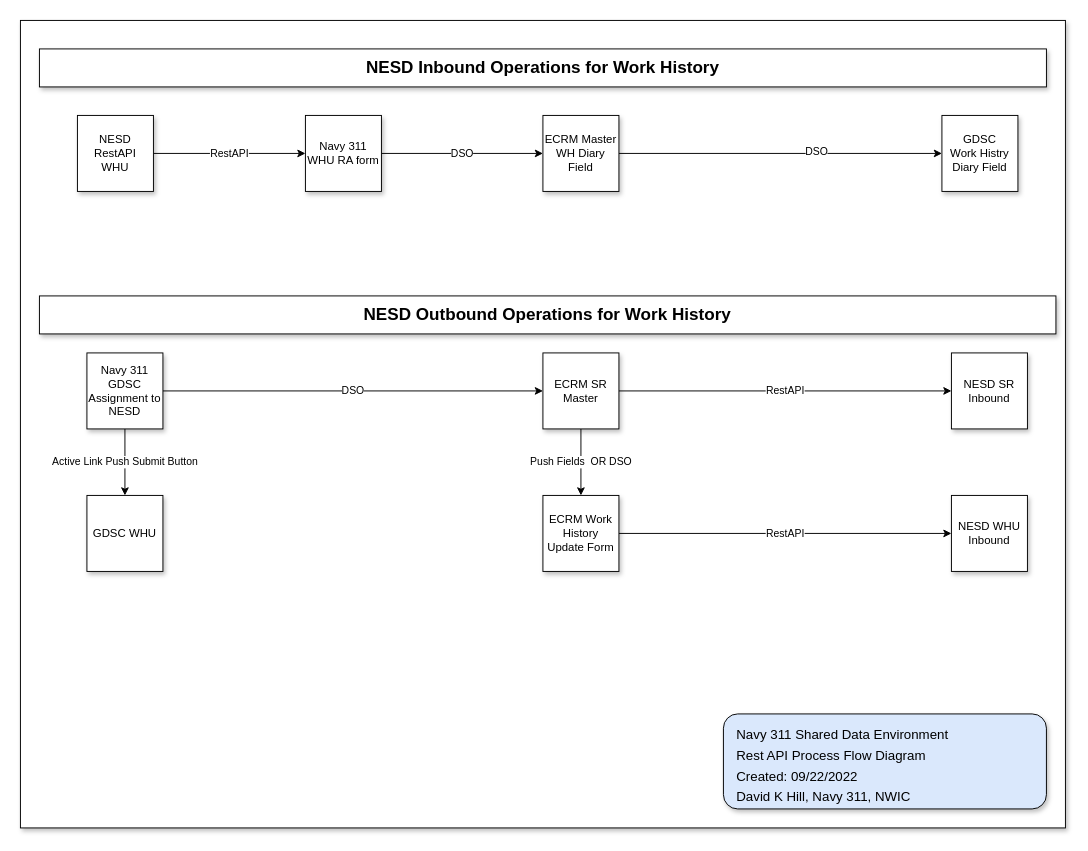
Before: docs/NESD Integration Workflow.drawio in dkhill/navy311, a draw.io diagram. Source tidied: cells renumbered, new cells numbered last; positions are measured from the earlier drawing's top-left corner, leaving out a move shared by most shapes. Both pictures are drawn from the tidied source at 95%, with x=0, y=0 at pixel (20, 20).
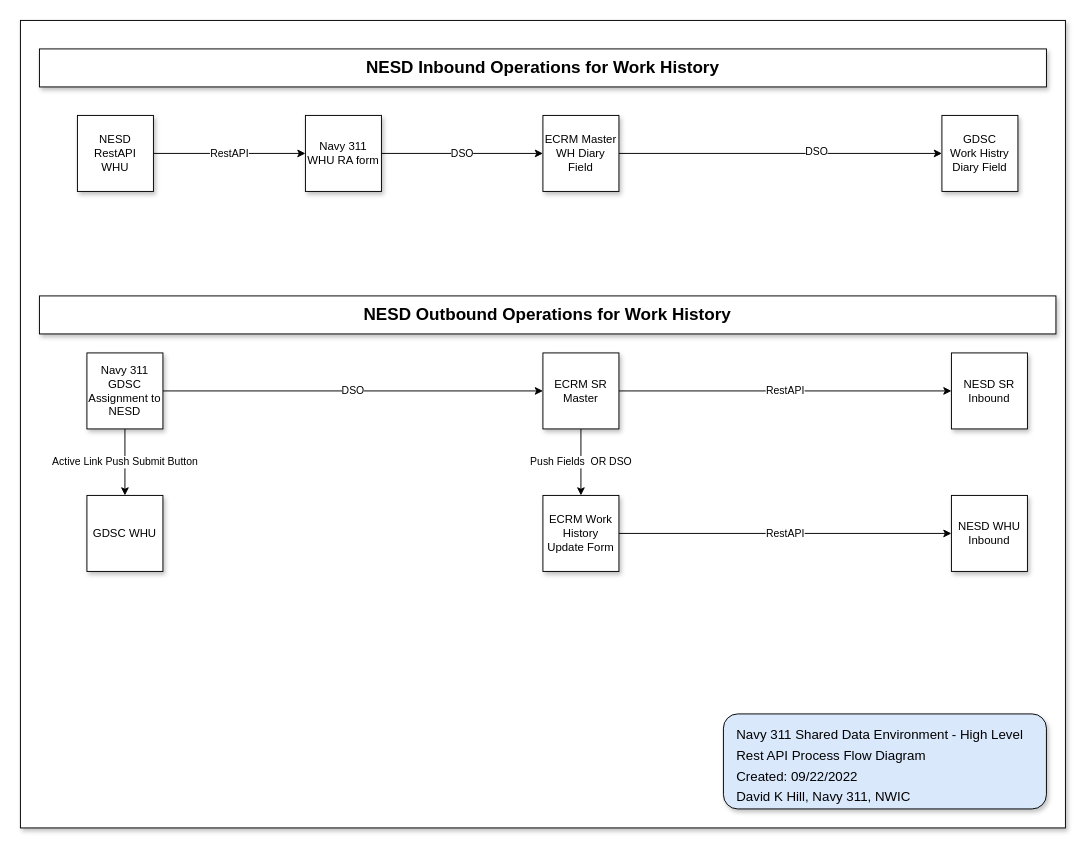
After the change.

Commit message:
Updated descrwipt block

What changed in the source:
```diff
@@
-    <mxCell id="24" value="&lt;font style=&quot;font-size: 14px;&quot;&gt;Navy 311 Shared Data Environment&lt;br&gt;Rest API Process Flow Diagram&lt;br&gt;Created: 09/22/2022&lt;br&gt;David K Hill, Navy 311, NWIC&lt;/font&gt;" style="rounded=1;whiteSpace=wrap;html=1;fontSize=18;fillColor=#dae8fc;strokeColor=#000000;shadow=1;align=left;spacingTop=7;spacingLeft=12;labelBorderColor=none;" parent="1" vertex="1">
+    <mxCell id="24" value="&lt;font style=&quot;font-size: 14px;&quot;&gt;Navy 311 Shared Data Environment - High Level&lt;br&gt;Rest API Process Flow Diagram&lt;br&gt;Created: 09/22/2022&lt;br&gt;David K Hill, Navy 311, NWIC&lt;/font&gt;" style="rounded=1;whiteSpace=wrap;html=1;fontSize=18;fillColor=#dae8fc;strokeColor=#000000;shadow=1;align=left;spacingTop=7;spacingLeft=12;labelBorderColor=none;" parent="1" vertex="1">
       <mxGeometry x="740" y="730" width="340" height="100" as="geometry" />
     </mxCell>
```
